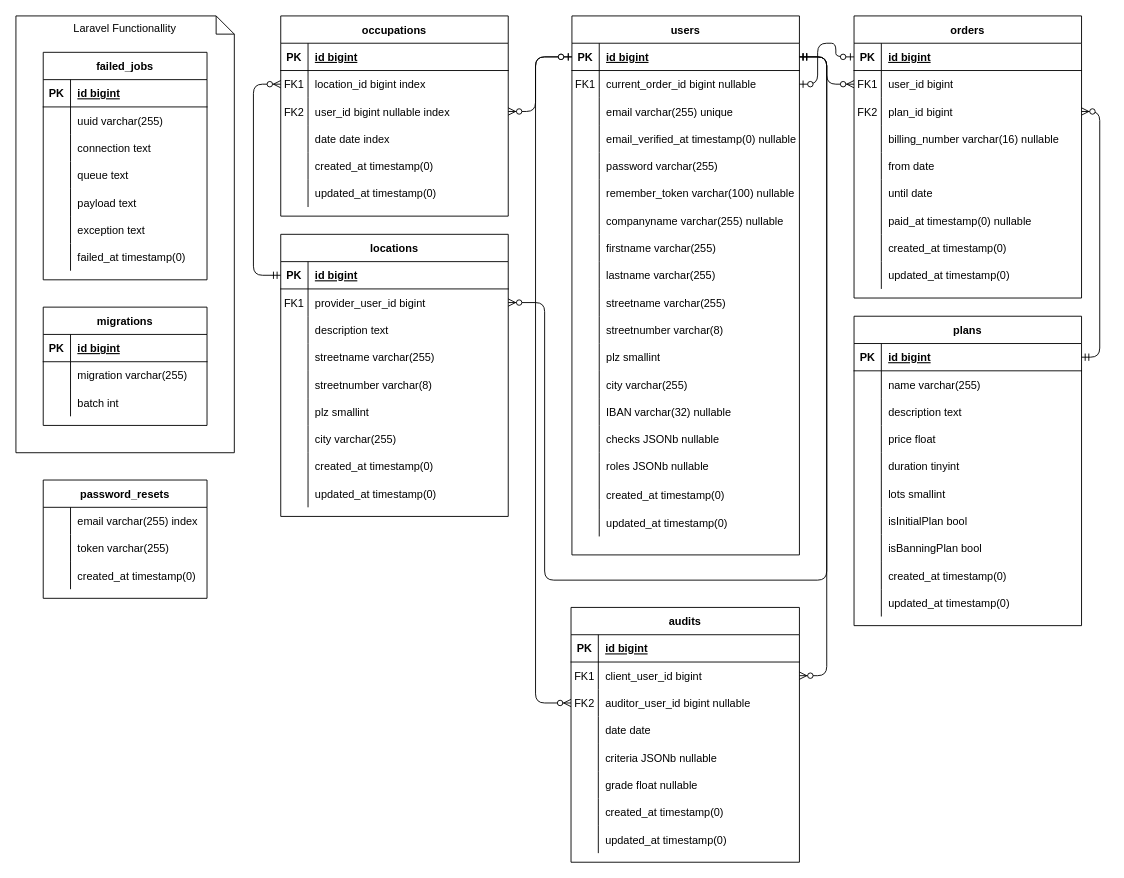
This is docs/ERM_Patrick.drawio from PatrickRoethlisberger/CS-Datenbanktechnologie, a draw.io file, before an edit. Source tidied: cells renumbered, new cells numbered last; positions are measured from the earlier drawing's top-left corner, leaving out a move shared by most shapes. Both pictures are drawn from the tidied source at 91%, with x=0, y=0 at pixel (15, 15).
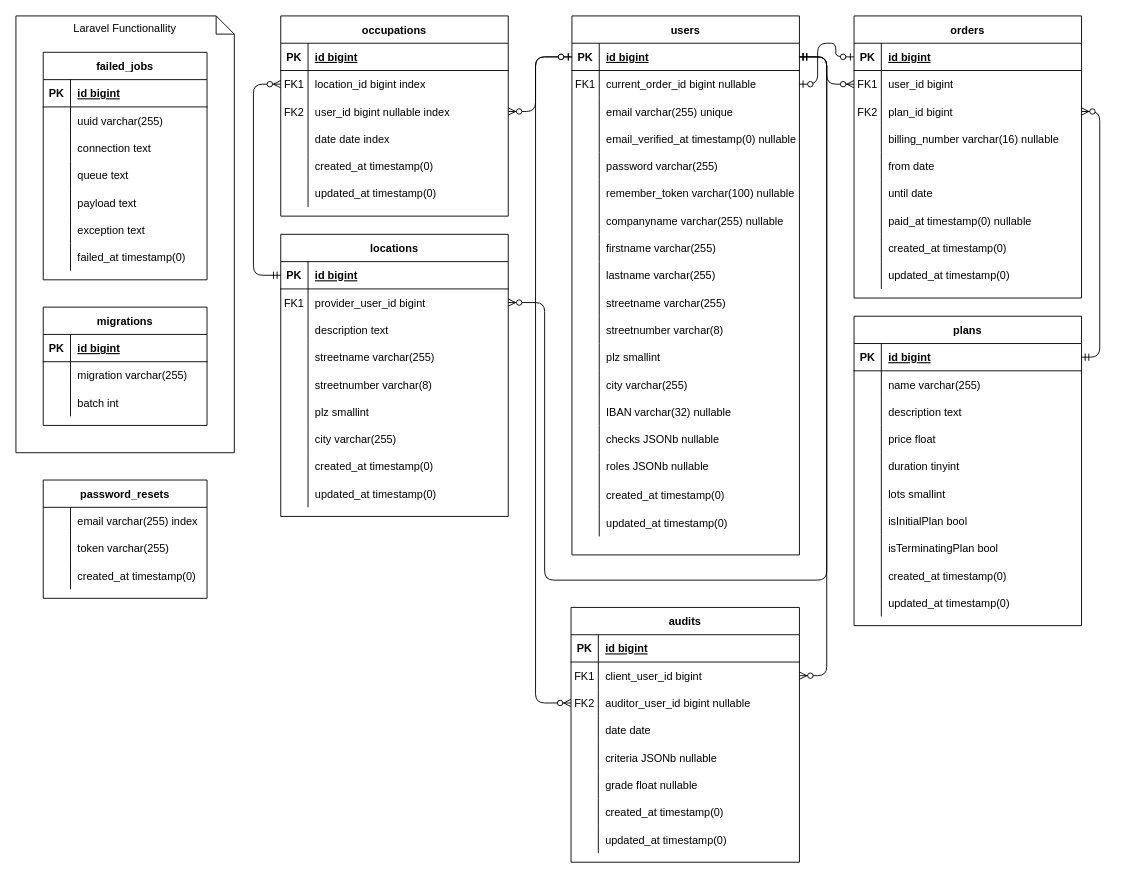
The same diagram, later.

Commit message (it also covers changes not shown here):
Rename isBanningPlan to isTerminantingPlan

The change refers to these unchanged cells:
```xml
<mxCell id="24" style="shape=partialRectangle;fillColor=none;top=0;left=0;right=0;bottom=0;" parent="2" vertex="1">
  <mxGeometry y="240" width="250" height="30" as="geometry" />
</mxCell>
```

What changed in the source:
```diff
@@
-    <mxCell id="26" value="isBanningPlan bool" style="shape=partialRectangle;overflow=hidden;fillColor=none;top=0;left=0;bottom=0;right=0;align=left;spacingLeft=6;" parent="24" vertex="1">
+    <mxCell id="26" value="isTerminatingPlan bool" style="shape=partialRectangle;overflow=hidden;fillColor=none;top=0;left=0;bottom=0;right=0;align=left;spacingLeft=6;" parent="24" vertex="1">
       <mxGeometry x="30" width="220" height="30" as="geometry" />
     </mxCell>
```
